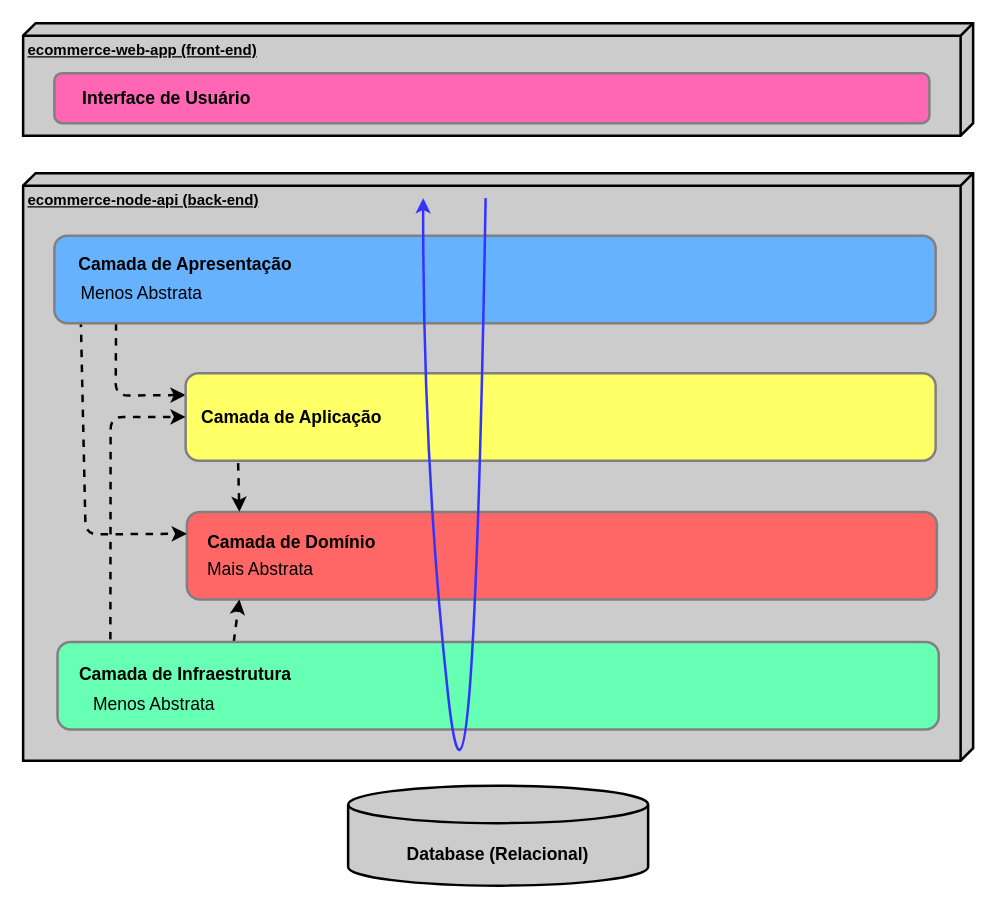
FranciscoMiojo/ecommerce-node-api keeps this draw.io diagram as page "Arquitetura em Camadas" (1 of 2) of requirements/ecommerce-arquitetura.drawio. Above is the earlier version. Source tidied: cells renumbered, new cells numbered last; positions are measured from the earlier drawing's top-left corner, leaving out a move shared by most shapes. Both pictures are drawn from the tidied source at 125%, with x=0, y=0 at pixel (22, 22).
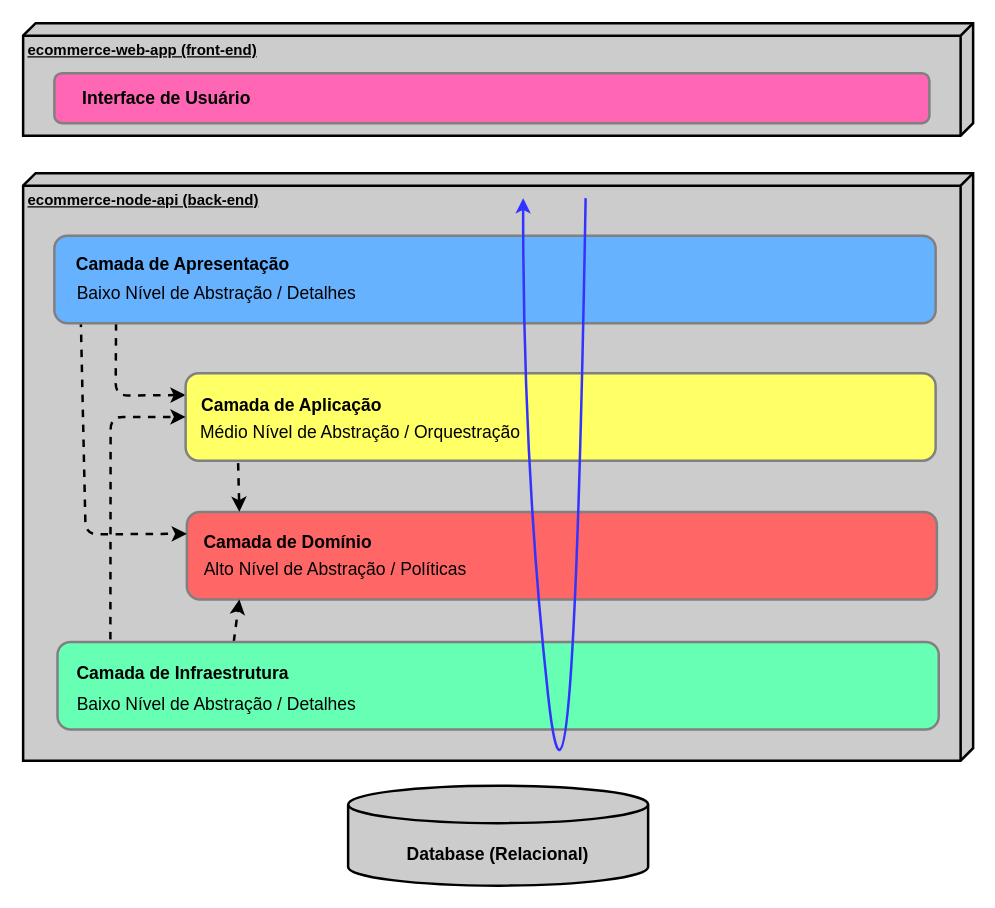
After the change.

Diff of the diagram source:
```diff
@@
     <mxCell id="8" value="Camada de Domínio" style="text;html=1;strokeColor=none;fillColor=none;align=center;verticalAlign=middle;whiteSpace=wrap;rounded=0;strokeWidth=2;fontSize=14;fontColor=#000000;fontStyle=1;" parent="1" vertex="1">
-      <mxGeometry x="140" y="400" width="150" height="30" as="geometry" />
+      <mxGeometry x="137" y="400" width="150" height="30" as="geometry" />
     </mxCell>
@@
     <mxCell id="12" value="Camada de Apresentação" style="text;html=1;strokeColor=none;fillColor=none;align=center;verticalAlign=middle;whiteSpace=wrap;rounded=0;strokeWidth=2;fontSize=14;fontColor=#000000;fontStyle=1;" parent="1" vertex="1">
-      <mxGeometry x="40" y="178" width="180" height="30" as="geometry" />
+      <mxGeometry x="38" y="178" width="180" height="30" as="geometry" />
     </mxCell>
@@
     <mxCell id="17" value="Camada de Aplicação" style="text;html=1;strokeColor=none;fillColor=none;align=center;verticalAlign=middle;whiteSpace=wrap;rounded=0;strokeWidth=2;fontSize=14;fontColor=#000000;fontStyle=1;" parent="1" vertex="1">
-      <mxGeometry x="140" y="300" width="150" height="30" as="geometry" />
+      <mxGeometry x="140" y="291" width="150" height="30" as="geometry" />
     </mxCell>
@@
     <mxCell id="21" value="Camada de Infraestrutura" style="text;html=1;strokeColor=none;fillColor=none;align=center;verticalAlign=middle;whiteSpace=wrap;rounded=0;strokeWidth=2;fontSize=14;fontColor=#000000;fontStyle=1;" parent="1" vertex="1">
-      <mxGeometry x="40" y="506" width="180" height="30" as="geometry" />
+      <mxGeometry x="38" y="505" width="180" height="30" as="geometry" />
     </mxCell>
-    <mxCell id="22" value="Mais Abstrata" style="text;html=1;strokeColor=none;fillColor=none;align=center;verticalAlign=middle;whiteSpace=wrap;rounded=0;strokeWidth=2;fontSize=14;fontColor=#000000;" parent="1" vertex="1">
-      <mxGeometry x="140" y="422" width="100" height="30" as="geometry" />
+    <mxCell id="22" value="Alto Nível de Abstração / Políticas" style="text;html=1;strokeColor=none;fillColor=none;align=center;verticalAlign=middle;whiteSpace=wrap;rounded=0;strokeWidth=2;fontSize=14;fontColor=#000000;" parent="1" vertex="1">
+      <mxGeometry x="140" y="422" width="220" height="30" as="geometry" />
     </mxCell>
-    <mxCell id="23" value="Menos Abstrata" style="text;html=1;strokeColor=none;fillColor=none;align=center;verticalAlign=middle;whiteSpace=wrap;rounded=0;strokeWidth=2;fontSize=14;fontColor=#000000;" parent="1" vertex="1">
-      <mxGeometry x="50" y="530" width="110" height="30" as="geometry" />
-    </mxCell>
-    <mxCell id="24" value="Menos Abstrata" style="text;html=1;strokeColor=none;fillColor=none;align=center;verticalAlign=middle;whiteSpace=wrap;rounded=0;strokeWidth=2;fontSize=14;fontColor=#000000;" parent="1" vertex="1">
-      <mxGeometry x="40" y="201" width="110" height="30" as="geometry" />
+    <mxCell id="24" value="Baixo Nível de Abstração / Detalhes" style="text;html=1;strokeColor=none;fillColor=none;align=center;verticalAlign=middle;whiteSpace=wrap;rounded=0;strokeWidth=2;fontSize=14;fontColor=#000000;" parent="1" vertex="1">
+      <mxGeometry x="40" y="201" width="230" height="30" as="geometry" />
     </mxCell>
     <mxCell id="25" style="curved=1;endArrow=classic;html=1;strokeColor=#3333FF;strokeWidth=2;fontSize=14;fontColor=#000000;" parent="1" edge="1">
       <mxGeometry relative="1" as="geometry">
-        <mxPoint x="370" y="140" as="sourcePoint" />
-        <mxPoint x="320" y="140" as="targetPoint" />
+        <mxPoint x="450" y="140" as="sourcePoint" />
+        <mxPoint x="400" y="140" as="targetPoint" />
         <Array as="points">
-          <mxPoint x="360" y="720" />
-          <mxPoint x="320" y="356" />
+          <mxPoint x="440" y="720" />
+          <mxPoint x="400" y="356" />
         </Array>
       </mxGeometry>
     </mxCell>
+    <mxCell id="26" value="Baixo Nível de Abstração / Detalhes" style="text;html=1;strokeColor=none;fillColor=none;align=center;verticalAlign=middle;whiteSpace=wrap;rounded=0;strokeWidth=2;fontSize=14;fontColor=#000000;" parent="1" vertex="1">
+      <mxGeometry x="40" y="530" width="230" height="30" as="geometry" />
+    </mxCell>
+    <mxCell id="27" value="Médio Nível de Abstração / Orquestração" style="text;html=1;strokeColor=none;fillColor=none;align=center;verticalAlign=middle;whiteSpace=wrap;rounded=0;strokeWidth=2;fontSize=14;fontColor=#000000;" parent="1" vertex="1">
+      <mxGeometry x="140" y="312" width="260" height="30" as="geometry" />
+    </mxCell>
```
